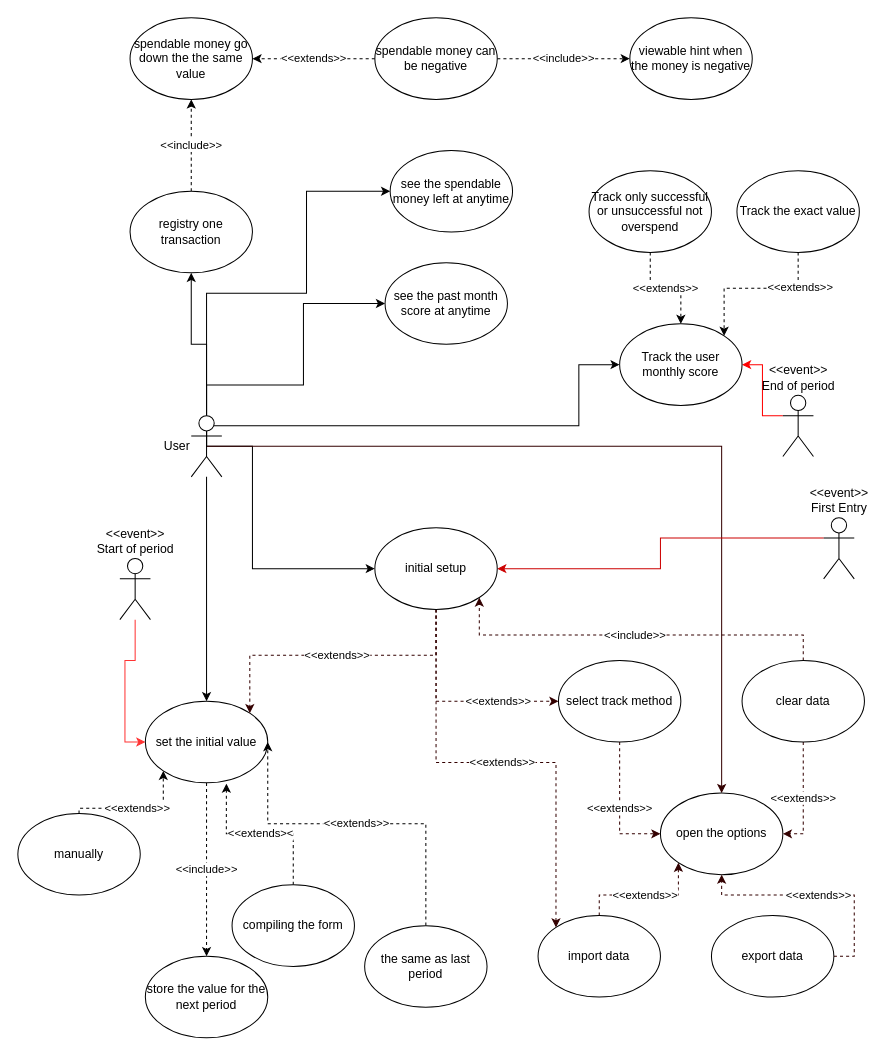
Above: Untitled Diagram.drawio in HSCnoKenju/DoggyBank (draw.io), before the change. Source tidied: cells renumbered, new cells numbered last; positions are measured from the earlier drawing's top-left corner, leaving out a move shared by most shapes. Both pictures are drawn from the tidied source at 102%, with x=0, y=0 at pixel (17, 17).
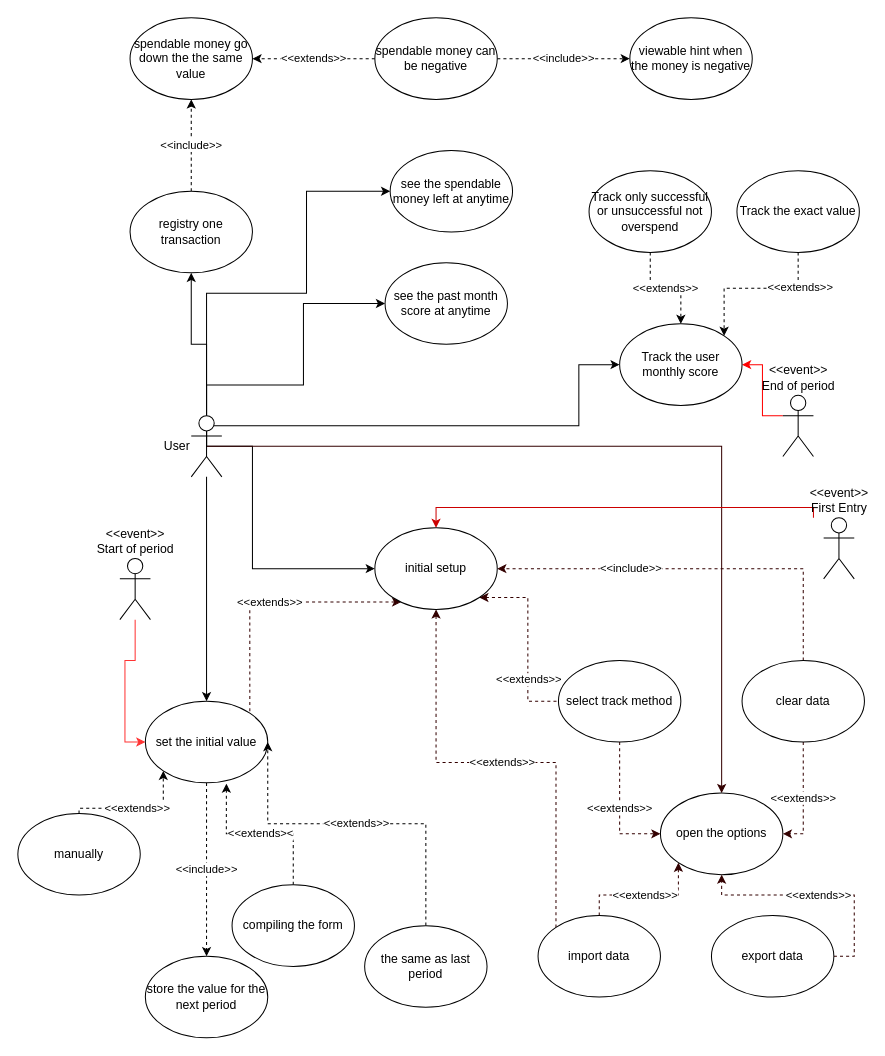
The same page after the edit.

Commit message:
fix association error

The change refers to these unchanged cells:
```xml
<mxCell id="15" value="&lt;div&gt;set the initial value&lt;/div&gt;" style="ellipse;whiteSpace=wrap;html=1;fontFamily=Helvetica;align=center;" parent="1" vertex="1">
  <mxGeometry x="125" y="670" width="120" height="80" as="geometry" />
</mxCell>
<mxCell id="41" value="clear data" style="ellipse;whiteSpace=wrap;html=1;fontFamily=Helvetica;align=center;" parent="1" vertex="1">
  <mxGeometry x="710" y="630" width="120" height="80" as="geometry" />
</mxCell>
<mxCell id="43" value="select track method" style="ellipse;whiteSpace=wrap;html=1;fontFamily=Helvetica;align=center;" parent="1" vertex="1">
  <mxGeometry x="530" y="630" width="120" height="80" as="geometry" />
</mxCell>
<mxCell id="45" value="&lt;div&gt;&amp;lt;&amp;lt;event&amp;gt;&amp;gt;&lt;/div&gt;&lt;div&gt;First Entry&lt;br&gt;&lt;/div&gt;" style="shape=umlActor;verticalLabelPosition=top;verticalAlign=bottom;html=1;outlineConnect=0;fontFamily=Helvetica;align=center;labelPosition=center;" parent="1" vertex="1">
  <mxGeometry x="790" y="490" width="30" height="60" as="geometry" />
</mxCell>
<mxCell id="49" value="initial setup" style="ellipse;whiteSpace=wrap;html=1;fontFamily=Helvetica;align=center;" parent="1" vertex="1">
  <mxGeometry x="350" y="500" width="120" height="80" as="geometry" />
</mxCell>
<mxCell id="51" value="import data" style="ellipse;whiteSpace=wrap;html=1;" parent="1" vertex="1">
  <mxGeometry x="510" y="880" width="120" height="80" as="geometry" />
</mxCell>
```

The edit, as a diff of the source:
```diff
@@
-    <mxCell id="40" value="&amp;lt;&amp;lt;include&amp;gt;&amp;gt;" style="edgeStyle=orthogonalEdgeStyle;rounded=0;jettySize=auto;html=1;exitX=0.5;exitY=0;exitDx=0;exitDy=0;entryX=1;entryY=1;entryDx=0;entryDy=0;dashed=1;strokeColor=#330000;" parent="1" edge="1" source="41" target="49">
-      <mxGeometry relative="1" as="geometry" />
+    <mxCell id="40" value="&amp;lt;&amp;lt;include&amp;gt;&amp;gt;" style="edgeStyle=orthogonalEdgeStyle;rounded=0;jettySize=auto;html=1;exitX=0.5;exitY=0;exitDx=0;exitDy=0;entryX=1;entryY=0.5;entryDx=0;entryDy=0;dashed=1;strokeColor=#330000;" parent="1" edge="1" source="41" target="49">
+      <mxGeometry x="0.33" relative="1" as="geometry" />
     </mxCell>
@@
-    <mxCell id="44" style="edgeStyle=orthogonalEdgeStyle;rounded=0;jettySize=auto;html=1;exitX=0;exitY=0.3333333333333333;exitDx=0;exitDy=0;exitPerimeter=0;entryX=1;entryY=0.5;entryDx=0;entryDy=0;strokeColor=#CC0000;" parent="1" edge="1" source="45" target="49">
-      <mxGeometry relative="1" as="geometry" />
+    <mxCell id="44" style="edgeStyle=orthogonalEdgeStyle;rounded=0;jettySize=auto;html=1;entryX=0.5;entryY=0;entryDx=0;entryDy=0;strokeColor=#CC0000;" parent="1" edge="1" target="49">
+      <mxGeometry relative="1" as="geometry">
+        <mxPoint x="780" y="490" as="sourcePoint" />
+        <Array as="points">
+          <mxPoint x="780" y="480" />
+          <mxPoint x="410" y="480" />
+        </Array>
+      </mxGeometry>
     </mxCell>
@@
-    <mxCell id="46" value="&amp;lt;&amp;lt;extends&amp;gt;&amp;gt;" style="edgeStyle=orthogonalEdgeStyle;rounded=0;jettySize=auto;html=1;exitX=0.5;exitY=1;exitDx=0;exitDy=0;entryX=0;entryY=0;entryDx=0;entryDy=0;dashed=1;strokeColor=#330000;" parent="1" edge="1" source="49" target="51">
+    <mxCell id="46" value="&amp;lt;&amp;lt;extends&amp;gt;&amp;gt;" style="edgeStyle=orthogonalEdgeStyle;rounded=0;jettySize=auto;html=1;exitX=0.5;exitY=1;exitDx=0;exitDy=0;entryX=0;entryY=0;entryDx=0;entryDy=0;dashed=1;strokeColor=#330000;startArrow=classic;startFill=1;endArrow=none;endFill=0;" parent="1" edge="1" source="49" target="51">
       <mxGeometry relative="1" as="geometry" />
     </mxCell>
-    <mxCell id="47" value="&amp;lt;&amp;lt;extends&amp;gt;&amp;gt;" style="edgeStyle=orthogonalEdgeStyle;rounded=0;jettySize=auto;html=1;exitX=0.5;exitY=1;exitDx=0;exitDy=0;entryX=1;entryY=0;entryDx=0;entryDy=0;dashed=1;strokeColor=#330000;" parent="1" edge="1" source="49" target="15">
+    <mxCell id="47" value="&amp;lt;&amp;lt;extends&amp;gt;&amp;gt;" style="edgeStyle=orthogonalEdgeStyle;rounded=0;jettySize=auto;html=1;exitX=0.215;exitY=0.91;exitDx=0;exitDy=0;entryX=1;entryY=0;entryDx=0;entryDy=0;dashed=1;strokeColor=#330000;exitPerimeter=0;startArrow=classic;startFill=1;endArrow=none;endFill=0;" parent="1" edge="1" source="49" target="15">
       <mxGeometry relative="1" as="geometry" />
     </mxCell>
-    <mxCell id="48" value="&amp;lt;&amp;lt;extends&amp;gt;&amp;gt;" style="edgeStyle=orthogonalEdgeStyle;rounded=0;jettySize=auto;html=1;exitX=0.5;exitY=1;exitDx=0;exitDy=0;entryX=0;entryY=0.5;entryDx=0;entryDy=0;dashed=1;strokeColor=#330000;" parent="1" edge="1" source="49" target="43">
+    <mxCell id="48" value="&amp;lt;&amp;lt;extends&amp;gt;&amp;gt;" style="edgeStyle=orthogonalEdgeStyle;rounded=0;jettySize=auto;html=1;exitX=1;exitY=1;exitDx=0;exitDy=0;entryX=0;entryY=0.5;entryDx=0;entryDy=0;dashed=1;strokeColor=#330000;endArrow=none;endFill=0;startArrow=classic;startFill=1;" parent="1" edge="1" source="49" target="43">
       <mxGeometry x="0.43" relative="1" as="geometry">
         <mxPoint x="1" as="offset" />
       </mxGeometry>
     </mxCell>
```
